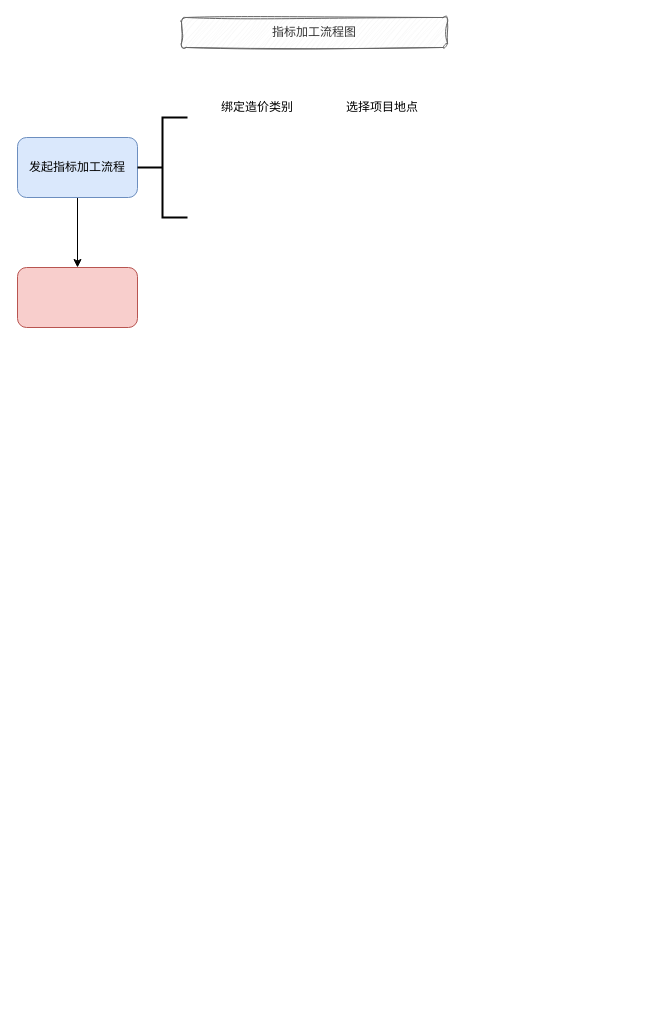
KeatonLi/pictures keeps this draw.io diagram as draw.io/指标加工流程逻辑梳理.drawio. Above is the earlier version. Source tidied: cells renumbered, new cells numbered last; positions are measured from the earlier drawing's top-left corner, leaving out a move shared by most shapes. Both pictures are drawn from the tidied source at 100%, with x=0, y=0 at pixel (17, 17).
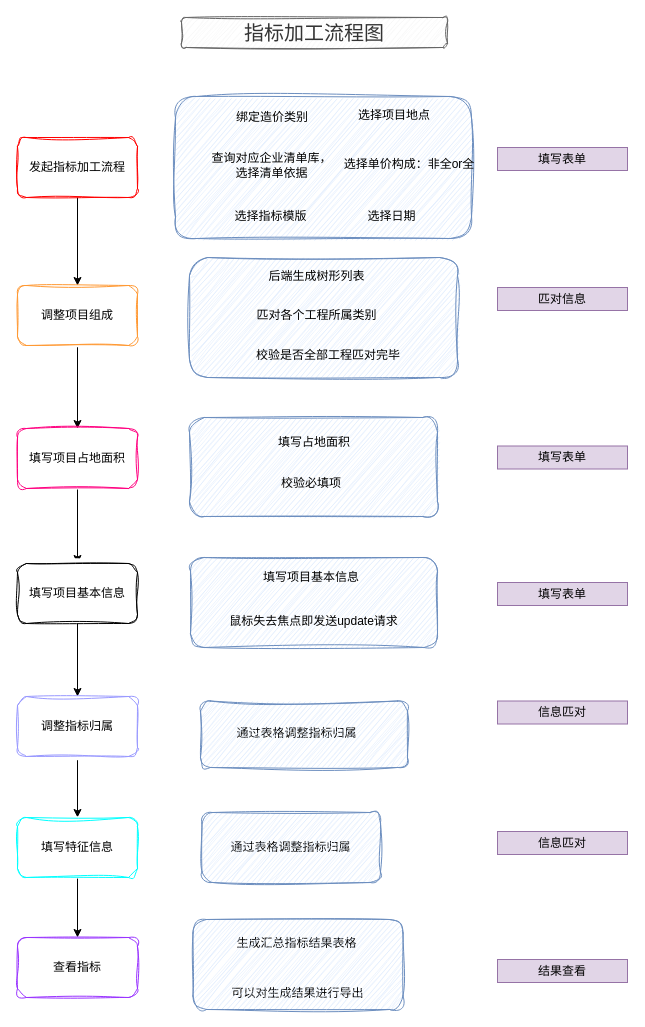
The same page after the edit.

Commit message:
更新指标加工流程逻辑梳理.drawio

Change to the diagram source:
```diff
@@
+    <mxCell id="9" style="rounded=1;whiteSpace=wrap;html=1;sketch=1;curveFitting=1;jiggle=2;fillColor=#dae8fc;strokeColor=#6c8ebf;" parent="1" vertex="1">
+      <mxGeometry x="158" y="79" width="296" height="142" as="geometry" />
+    </mxCell>
+    <mxCell id="10" style="rounded=1;whiteSpace=wrap;html=1;sketch=1;curveFitting=1;jiggle=2;fillColor=#dae8fc;strokeColor=#6c8ebf;" parent="1" vertex="1">
+      <mxGeometry x="173" y="540" width="247" height="90" as="geometry" />
+    </mxCell>
+    <mxCell id="11" style="rounded=1;whiteSpace=wrap;html=1;sketch=1;curveFitting=1;jiggle=2;fillColor=#dae8fc;strokeColor=#6c8ebf;" parent="1" vertex="1">
+      <mxGeometry x="172" y="400" width="248" height="99" as="geometry" />
+    </mxCell>
+    <mxCell id="12" style="rounded=1;whiteSpace=wrap;html=1;sketch=1;curveFitting=1;jiggle=2;fillColor=#dae8fc;strokeColor=#6c8ebf;" parent="1" vertex="1">
+      <mxGeometry x="172" y="240" width="268" height="120" as="geometry" />
+    </mxCell>
@@
-    <mxCell id="3" value="发起指标加工流程" style="rounded=1;whiteSpace=wrap;html=1;fillColor=#dae8fc;strokeColor=#6c8ebf;gradientColor=none;" parent="1" vertex="1">
+    <mxCell id="3" value="发起指标加工流程" style="rounded=1;whiteSpace=wrap;html=1;sketch=1;curveFitting=1;jiggle=2;strokeColor=#FF0000;" parent="1" vertex="1">
       <mxGeometry y="120" width="120" height="60" as="geometry" />
     </mxCell>
+    <mxCell id="13" style="edgeStyle=orthogonalEdgeStyle;rounded=0;jettySize=auto;html=1;entryX=0.5;entryY=0;entryDx=0;entryDy=0;" parent="1" edge="1" source="4" target="23">
+      <mxGeometry relative="1" as="geometry" />
+    </mxCell>
-    <mxCell id="4" style="rounded=1;whiteSpace=wrap;html=1;fillColor=#f8cecc;strokeColor=#b85450;" parent="1" vertex="1">
-      <mxGeometry y="250" width="120" height="60" as="geometry" />
+    <mxCell id="4" value="调整项目组成" style="rounded=1;whiteSpace=wrap;html=1;sketch=1;curveFitting=1;jiggle=2;strokeColor=#FF9933;" parent="1" vertex="1">
+      <mxGeometry y="268" width="120" height="60" as="geometry" />
     </mxCell>
-    <mxCell id="5" value="指标加工流程图" style="rounded=1;whiteSpace=wrap;html=1;fillColor=#f5f5f5;fontColor=#333333;strokeColor=#666666;sketch=1;curveFitting=1;jiggle=2;" parent="1" vertex="1">
+    <mxCell id="5" value="指标加工流程图" style="rounded=1;whiteSpace=wrap;html=1;fillColor=#f5f5f5;fontColor=#333333;strokeColor=#666666;sketch=1;curveFitting=1;jiggle=2;fontSize=20;" parent="1" vertex="1">
       <mxGeometry x="164" width="266" height="30" as="geometry" />
     </mxCell>
-    <mxCell id="6" style="strokeWidth=2;html=1;shape=mxgraph.flowchart.annotation_2;align=left;labelPosition=right;" parent="1" vertex="1">
-      <mxGeometry x="120" y="100" width="50" height="100" as="geometry" />
-    </mxCell>
     <mxCell id="7" value="绑定造价类别" style="text;html=1;strokeColor=none;fillColor=none;align=center;verticalAlign=middle;whiteSpace=wrap;rounded=0;" parent="1" vertex="1">
-      <mxGeometry x="170" y="70" width="140" height="40" as="geometry" />
+      <mxGeometry x="184.5" y="80" width="140" height="40" as="geometry" />
     </mxCell>
     <mxCell id="8" value="选择项目地点" style="text;html=1;strokeColor=none;fillColor=none;align=center;verticalAlign=middle;whiteSpace=wrap;rounded=0;" parent="1" vertex="1">
-      <mxGeometry x="320" y="77.5" width="90" height="25" as="geometry" />
+      <mxGeometry x="332" y="85" width="90" height="25" as="geometry" />
     </mxCell>
+    <mxCell id="14" value="查询对应企业清单库，选择清单依据" style="text;html=1;strokeColor=none;fillColor=none;align=center;verticalAlign=middle;whiteSpace=wrap;rounded=0;" parent="1" vertex="1">
+      <mxGeometry x="192" y="133" width="125" height="30" as="geometry" />
+    </mxCell>
+    <mxCell id="15" value="选择单价构成：非全or全" style="text;html=1;strokeColor=none;fillColor=none;align=center;verticalAlign=middle;whiteSpace=wrap;rounded=0;" parent="1" vertex="1">
+      <mxGeometry x="317" y="132" width="150" height="30" as="geometry" />
+    </mxCell>
+    <mxCell id="16" value="选择指标模版" style="text;html=1;strokeColor=none;fillColor=none;align=center;verticalAlign=middle;whiteSpace=wrap;rounded=0;" parent="1" vertex="1">
+      <mxGeometry x="191" y="184" width="125" height="30" as="geometry" />
+    </mxCell>
+    <mxCell id="17" value="选择日期" style="text;html=1;strokeColor=none;fillColor=none;align=center;verticalAlign=middle;whiteSpace=wrap;rounded=0;" parent="1" vertex="1">
+      <mxGeometry x="312" y="184" width="125" height="30" as="geometry" />
+    </mxCell>
+    <mxCell id="18" value="后端生成树形列表" style="text;html=1;strokeColor=none;fillColor=none;align=center;verticalAlign=middle;whiteSpace=wrap;rounded=0;" parent="1" vertex="1">
+      <mxGeometry x="237" y="244" width="125" height="30" as="geometry" />
+    </mxCell>
+    <mxCell id="19" value="匹对各个工程所属类别" style="text;html=1;strokeColor=none;fillColor=none;align=center;verticalAlign=middle;whiteSpace=wrap;rounded=0;" parent="1" vertex="1">
+      <mxGeometry x="237" y="283" width="125" height="30" as="geometry" />
+    </mxCell>
+    <mxCell id="20" value="填写表单" style="rounded=0;whiteSpace=wrap;html=1;fillColor=#e1d5e7;strokeColor=#9673a6;" parent="1" vertex="1">
+      <mxGeometry x="480" y="130" width="130" height="23" as="geometry" />
+    </mxCell>
+    <mxCell id="21" value="校验是否全部工程匹对完毕" style="text;html=1;strokeColor=none;fillColor=none;align=center;verticalAlign=middle;whiteSpace=wrap;rounded=0;" parent="1" vertex="1">
+      <mxGeometry x="230" y="324" width="161.5" height="28" as="geometry" />
+    </mxCell>
+    <mxCell id="22" style="edgeStyle=orthogonalEdgeStyle;rounded=0;jettySize=auto;html=1;" parent="1" edge="1" source="23" target="26">
+      <mxGeometry relative="1" as="geometry" />
+    </mxCell>
+    <mxCell id="23" value="填写项目占地面积" style="rounded=1;whiteSpace=wrap;html=1;sketch=1;curveFitting=1;jiggle=2;gradientColor=none;strokeColor=#FF0080;" parent="1" vertex="1">
+      <mxGeometry y="411" width="120" height="60" as="geometry" />
+    </mxCell>
+    <mxCell id="24" value="填写表单" style="rounded=0;whiteSpace=wrap;html=1;fillColor=#e1d5e7;strokeColor=#9673a6;" parent="1" vertex="1">
+      <mxGeometry x="480" y="428.5" width="130" height="23" as="geometry" />
+    </mxCell>
+    <mxCell id="25" value="匹对信息" style="rounded=0;whiteSpace=wrap;html=1;fillColor=#e1d5e7;strokeColor=#9673a6;" parent="1" vertex="1">
+      <mxGeometry x="480" y="270" width="130" height="23" as="geometry" />
+    </mxCell>
+    <mxCell id="26" value="填写项目基本信息" style="rounded=1;whiteSpace=wrap;html=1;sketch=1;curveFitting=1;jiggle=2;" parent="1" vertex="1">
+      <mxGeometry y="546" width="120" height="60" as="geometry" />
+    </mxCell>
+    <mxCell id="27" style="edgeStyle=orthogonalEdgeStyle;rounded=0;jettySize=auto;html=1;exitX=0.5;exitY=1;exitDx=0;exitDy=0;entryX=0.5;entryY=0;entryDx=0;entryDy=0;" parent="1" edge="1" source="26" target="29">
+      <mxGeometry relative="1" as="geometry" />
+    </mxCell>
+    <mxCell id="28" style="edgeStyle=orthogonalEdgeStyle;rounded=0;jettySize=auto;html=1;entryX=0.5;entryY=0;entryDx=0;entryDy=0;" parent="1" edge="1" source="29" target="31">
+      <mxGeometry relative="1" as="geometry" />
+    </mxCell>
+    <mxCell id="29" value="调整指标归属" style="rounded=1;whiteSpace=wrap;html=1;sketch=1;curveFitting=1;jiggle=2;strokeColor=#9999FF;" parent="1" vertex="1">
+      <mxGeometry y="679" width="120" height="60" as="geometry" />
+    </mxCell>
+    <mxCell id="30" style="edgeStyle=orthogonalEdgeStyle;rounded=0;jettySize=auto;html=1;entryX=0.5;entryY=0;entryDx=0;entryDy=0;" parent="1" edge="1" source="31" target="32">
+      <mxGeometry relative="1" as="geometry" />
+    </mxCell>
+    <mxCell id="31" value="填写特征信息" style="rounded=1;whiteSpace=wrap;html=1;sketch=1;curveFitting=1;jiggle=2;strokeColor=#00FFFF;" parent="1" vertex="1">
+      <mxGeometry y="800" width="120" height="60" as="geometry" />
+    </mxCell>
+    <mxCell id="32" value="查看指标" style="rounded=1;whiteSpace=wrap;html=1;sketch=1;curveFitting=1;jiggle=2;strokeColor=#9933FF;" parent="1" vertex="1">
+      <mxGeometry y="920" width="120" height="60" as="geometry" />
+    </mxCell>
+    <mxCell id="33" value="填写占地面积" style="text;html=1;strokeColor=none;fillColor=none;align=center;verticalAlign=middle;whiteSpace=wrap;rounded=0;" parent="1" vertex="1">
+      <mxGeometry x="216.2" y="411" width="161.5" height="28" as="geometry" />
+    </mxCell>
+    <mxCell id="34" value="校验必填项" style="text;html=1;strokeColor=none;fillColor=none;align=center;verticalAlign=middle;whiteSpace=wrap;rounded=0;" parent="1" vertex="1">
+      <mxGeometry x="213" y="451.5" width="161.5" height="28" as="geometry" />
+    </mxCell>
+    <mxCell id="35" value="填写表单" style="rounded=0;whiteSpace=wrap;html=1;fillColor=#e1d5e7;strokeColor=#9673a6;" parent="1" vertex="1">
+      <mxGeometry x="480" y="565" width="130" height="23" as="geometry" />
+    </mxCell>
+    <mxCell id="36" value="填写项目基本信息" style="text;html=1;strokeColor=none;fillColor=none;align=center;verticalAlign=middle;whiteSpace=wrap;rounded=0;" parent="1" vertex="1">
+      <mxGeometry x="213" y="546" width="161.5" height="28" as="geometry" />
+    </mxCell>
+    <mxCell id="37" value="鼠标失去焦点即发送update请求" style="text;html=1;strokeColor=none;fillColor=none;align=center;verticalAlign=middle;whiteSpace=wrap;rounded=0;" parent="1" vertex="1">
+      <mxGeometry x="207.5" y="588" width="177" height="32" as="geometry" />
+    </mxCell>
+    <mxCell id="38" value="通过表格调整指标归属" style="text;html=1;strokeColor=none;fillColor=none;align=center;verticalAlign=middle;whiteSpace=wrap;rounded=0;" parent="1" vertex="1">
+      <mxGeometry x="191" y="700" width="177" height="32" as="geometry" />
+    </mxCell>
+    <mxCell id="39" value="信息匹对" style="rounded=0;whiteSpace=wrap;html=1;fillColor=#e1d5e7;strokeColor=#9673a6;" parent="1" vertex="1">
+      <mxGeometry x="480" y="683.5" width="130" height="23" as="geometry" />
+    </mxCell>
+    <mxCell id="40" value="通过表格调整指标归属" style="text;html=1;strokeColor=none;fillColor=none;align=center;verticalAlign=middle;whiteSpace=wrap;rounded=0;" parent="1" vertex="1">
+      <mxGeometry x="184.5" y="814" width="177" height="32" as="geometry" />
+    </mxCell>
+    <mxCell id="41" value="生成汇总指标结果表格" style="text;html=1;strokeColor=none;fillColor=none;align=center;verticalAlign=middle;whiteSpace=wrap;rounded=0;" parent="1" vertex="1">
+      <mxGeometry x="191" y="910" width="177" height="32" as="geometry" />
+    </mxCell>
+    <mxCell id="42" value="可以对生成结果进行导出" style="text;html=1;strokeColor=none;fillColor=none;align=center;verticalAlign=middle;whiteSpace=wrap;rounded=0;" parent="1" vertex="1">
+      <mxGeometry x="192" y="960" width="177" height="32" as="geometry" />
+    </mxCell>
+    <mxCell id="43" value="结果查看" style="rounded=0;whiteSpace=wrap;html=1;fillColor=#e1d5e7;strokeColor=#9673a6;" parent="1" vertex="1">
+      <mxGeometry x="480" y="942" width="130" height="23" as="geometry" />
+    </mxCell>
+    <mxCell id="44" value="信息匹对" style="rounded=0;whiteSpace=wrap;html=1;fillColor=#e1d5e7;strokeColor=#9673a6;" parent="1" vertex="1">
+      <mxGeometry x="480" y="814" width="130" height="23" as="geometry" />
+    </mxCell>
+    <mxCell id="45" style="rounded=1;whiteSpace=wrap;html=1;sketch=1;curveFitting=1;jiggle=2;fillColor=#dae8fc;strokeColor=#6c8ebf;" parent="1" vertex="1">
+      <mxGeometry x="183" y="683.5" width="207" height="66.5" as="geometry" />
+    </mxCell>
+    <mxCell id="46" style="rounded=1;whiteSpace=wrap;html=1;sketch=1;curveFitting=1;jiggle=2;fillColor=#dae8fc;strokeColor=#6c8ebf;" parent="1" vertex="1">
+      <mxGeometry x="184.5" y="795" width="178.5" height="70" as="geometry" />
+    </mxCell>
+    <mxCell id="47" style="rounded=1;whiteSpace=wrap;html=1;sketch=1;curveFitting=1;jiggle=2;fillColor=#dae8fc;strokeColor=#6c8ebf;" parent="1" vertex="1">
+      <mxGeometry x="175.5" y="902" width="210" height="90" as="geometry" />
+    </mxCell>
```
